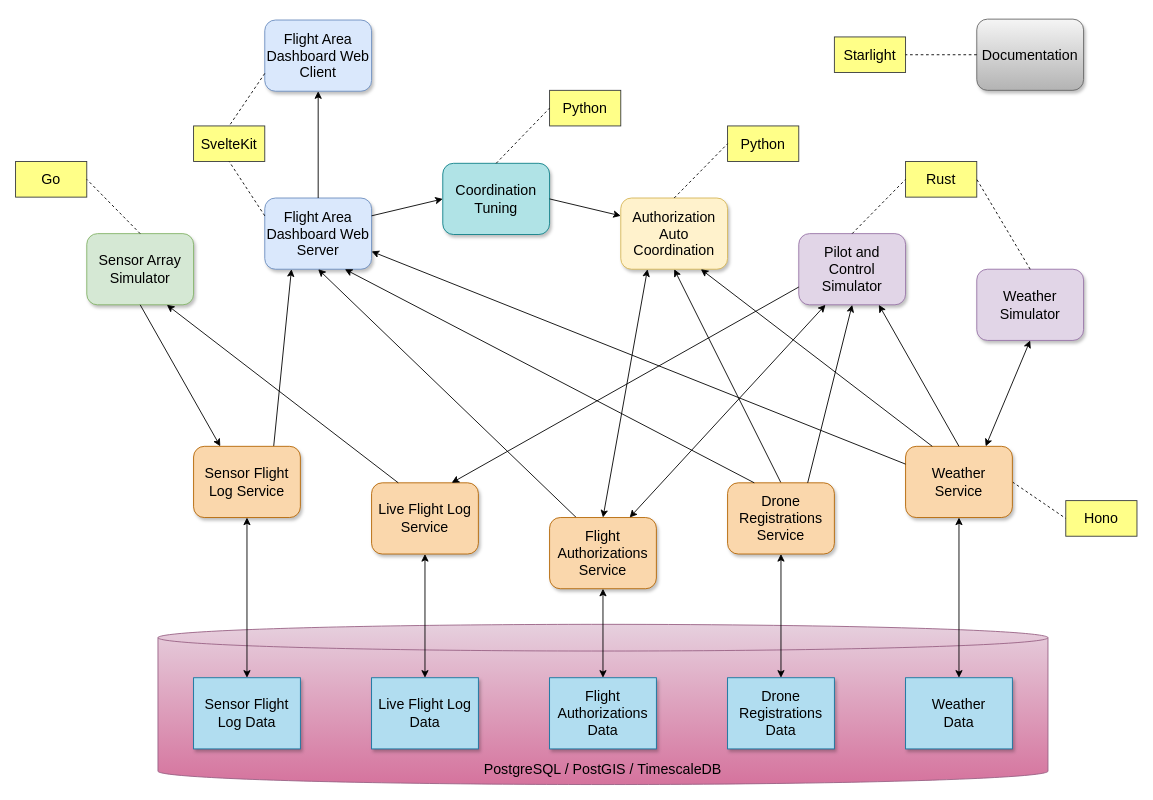
Above: page "Overview" (2 of 3) of documentation/_diagrams/utmimic-architecture.drawio in martin-nordberg/utmimic (draw.io), before the change. Source tidied: cells renumbered, new cells numbered last; positions are measured from the earlier drawing's top-left corner, leaving out a move shared by most shapes. Both pictures are drawn from the tidied source at 89%, with x=0, y=0 at pixel (15, 19).
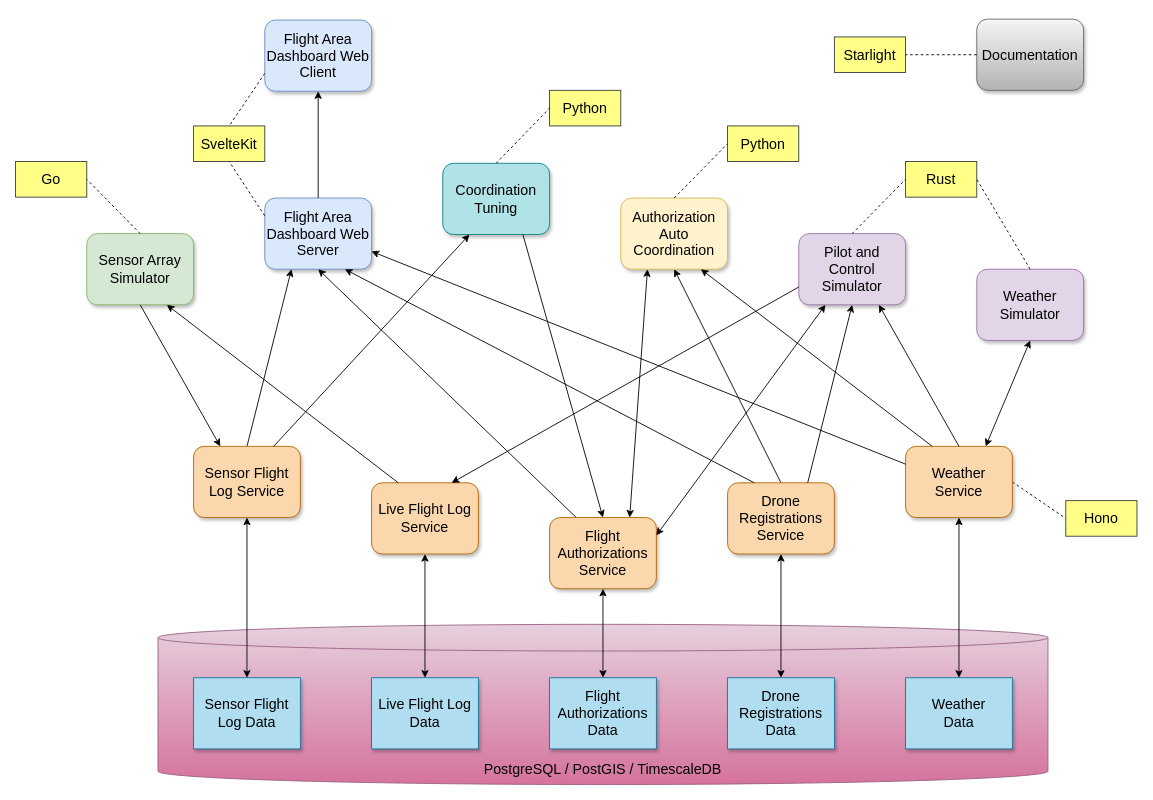
Above is the later version.

The change refers to these unchanged cells:
```xml
<mxCell id="3" value="Flight Area Dashboard Web&lt;div&gt;Server&lt;/div&gt;" style="rounded=1;whiteSpace=wrap;html=1;fontSize=16;fillColor=#dae8fc;strokeColor=#6c8ebf;shadow=1;" parent="1" vertex="1">
  <mxGeometry x="280" y="201" width="120" height="80" as="geometry" />
</mxCell>
<mxCell id="8" value="Authorization Auto Coordination" style="rounded=1;whiteSpace=wrap;html=1;fontSize=16;fillColor=#fff2cc;strokeColor=#d6b656;shadow=1;" parent="1" vertex="1">
  <mxGeometry x="680" y="201" width="120" height="80" as="geometry" />
</mxCell>
<mxCell id="11" value="Coordination Tuning" style="rounded=1;whiteSpace=wrap;html=1;fontSize=16;fillColor=#b0e3e6;strokeColor=#0e8088;shadow=1;" parent="1" vertex="1">
  <mxGeometry x="480" y="162" width="120" height="80" as="geometry" />
</mxCell>
<mxCell id="17" value="Sensor Flight Log Service" style="rounded=1;whiteSpace=wrap;html=1;fontSize=16;fillColor=#fad7ac;strokeColor=#b46504;glass=0;shadow=1;" parent="1" vertex="1">
  <mxGeometry x="200" y="480" width="120" height="80" as="geometry" />
</mxCell>
<mxCell id="21" value="Flight Authorizations Service" style="rounded=1;whiteSpace=wrap;html=1;fontSize=16;fillColor=#fad7ac;strokeColor=#b46504;glass=0;shadow=1;" parent="1" vertex="1">
  <mxGeometry x="600" y="560" width="120" height="80" as="geometry" />
</mxCell>
<mxCell id="26" value="Pilot and Control Simulator" style="rounded=1;whiteSpace=wrap;html=1;fontSize=16;fillColor=#e1d5e7;strokeColor=#9673a6;shadow=1;" parent="1" vertex="1">
  <mxGeometry x="880" y="241" width="120" height="80" as="geometry" />
</mxCell>
```

What changed in the source:
```diff
@@
-    <mxCell id="9" style="endArrow=classic;html=1;rounded=0;exitX=0.75;exitY=0;exitDx=0;exitDy=0;entryX=0.25;entryY=1;entryDx=0;entryDy=0;" parent="1" edge="1" source="17" target="3">
+    <mxCell id="9" style="endArrow=classic;html=1;rounded=0;exitX=0.5;exitY=0;exitDx=0;exitDy=0;entryX=0.25;entryY=1;entryDx=0;entryDy=0;" parent="1" edge="1" source="17" target="3">
       <mxGeometry relative="1" as="geometry" />
     </mxCell>
-    <mxCell id="10" style="endArrow=classic;html=1;rounded=0;exitX=0.5;exitY=0;exitDx=0;exitDy=0;entryX=0.25;entryY=1;entryDx=0;entryDy=0;startArrow=classic;startFill=1;" parent="1" edge="1" source="21" target="8">
+    <mxCell id="10" style="endArrow=classic;html=1;rounded=0;exitX=0.75;exitY=0;exitDx=0;exitDy=0;entryX=0.25;entryY=1;entryDx=0;entryDy=0;startArrow=classic;startFill=1;" parent="1" edge="1" source="21" target="8">
       <mxGeometry relative="1" as="geometry" />
     </mxCell>
@@
-    <mxCell id="12" style="endArrow=classic;html=1;rounded=0;exitX=1;exitY=0.25;exitDx=0;exitDy=0;entryX=0;entryY=0.5;entryDx=0;entryDy=0;" parent="1" edge="1" source="3" target="11">
-      <mxGeometry relative="1" as="geometry" />
-    </mxCell>
-    <mxCell id="13" style="endArrow=classic;html=1;rounded=0;exitX=1;exitY=0.5;exitDx=0;exitDy=0;entryX=0;entryY=0.25;entryDx=0;entryDy=0;" parent="1" edge="1" source="11" target="8">
-      <mxGeometry relative="1" as="geometry" />
-    </mxCell>
@@
-    <mxCell id="27" style="endArrow=classic;html=1;rounded=1;exitX=0.75;exitY=0;exitDx=0;exitDy=0;curved=0;entryX=0.25;entryY=1;entryDx=0;entryDy=0;startArrow=classic;startFill=1;jumpStyle=none;jumpSize=15;" parent="1" edge="1" source="21" target="26">
+    <mxCell id="27" style="endArrow=classic;html=1;rounded=1;exitX=1;exitY=0.25;exitDx=0;exitDy=0;curved=0;entryX=0.25;entryY=1;entryDx=0;entryDy=0;startArrow=classic;startFill=1;jumpStyle=none;jumpSize=15;" parent="1" edge="1" source="21" target="26">
       <mxGeometry relative="1" as="geometry" />
     </mxCell>
@@
+    <mxCell id="59" style="endArrow=classic;html=1;rounded=1;exitX=0.75;exitY=0;exitDx=0;exitDy=0;entryX=0.25;entryY=1;entryDx=0;entryDy=0;curved=0;" parent="1" edge="1" source="17" target="11">
+      <mxGeometry relative="1" as="geometry" />
+    </mxCell>
+    <mxCell id="60" style="endArrow=classic;html=1;rounded=0;exitX=0.75;exitY=1;exitDx=0;exitDy=0;startArrow=none;startFill=0;entryX=0.5;entryY=0;entryDx=0;entryDy=0;" parent="1" edge="1" source="11" target="21">
+      <mxGeometry relative="1" as="geometry" />
+    </mxCell>
```
